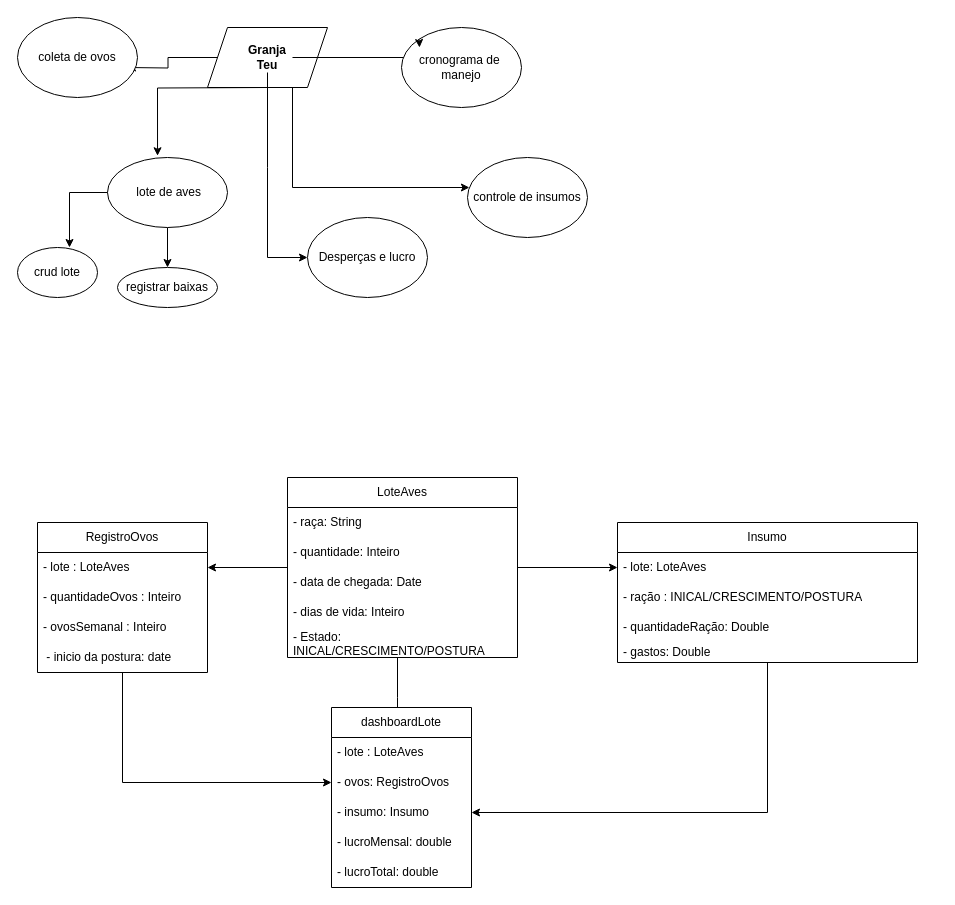
This is teugranja.drawio from SpiderTheus/granjateu, a draw.io file, before an edit. Source tidied: cells renumbered, new cells numbered last; positions are measured from the earlier drawing's top-left corner, leaving out a move shared by most shapes. Both pictures are drawn from the tidied source at 100%, with x=0, y=0 at pixel (17, 17).
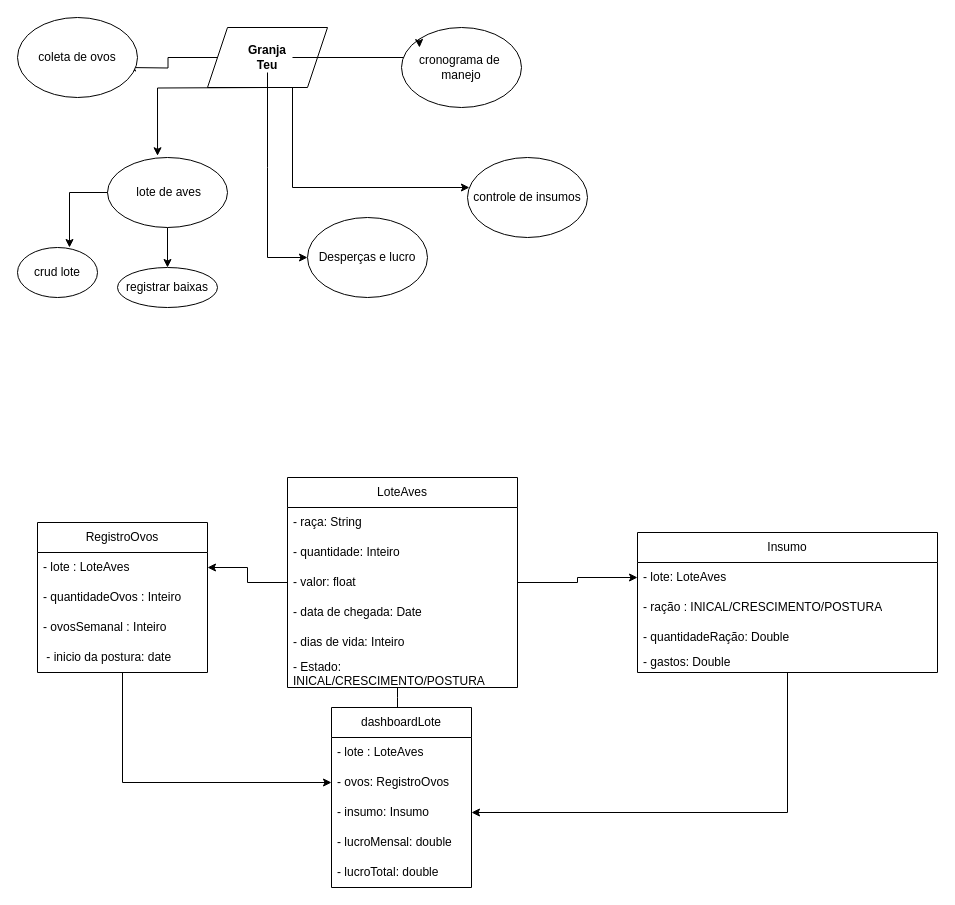
After the change.

What changed in the source:
```diff
@@
     <mxCell id="21" value="LoteAves" style="swimlane;fontStyle=0;horizontal=1;startSize=30;whiteSpace=wrap;html=1;" parent="1" vertex="1">
-      <mxGeometry x="270" y="460" width="230" height="180" as="geometry" />
+      <mxGeometry x="270" y="460" width="230" height="210" as="geometry" />
     </mxCell>
@@
+    <mxCell id="46" value="- valor: float" style="text;strokeColor=none;fillColor=none;align=left;verticalAlign=middle;spacingLeft=4;spacingRight=4;overflow=hidden;whiteSpace=wrap;html=1;" parent="21" vertex="1">
+      <mxGeometry y="90" width="230" height="30" as="geometry" />
+    </mxCell>
     <mxCell id="24" value="- data de chegada: Date" style="text;strokeColor=none;fillColor=none;align=left;verticalAlign=middle;spacingLeft=4;spacingRight=4;overflow=hidden;whiteSpace=wrap;html=1;" parent="21" vertex="1">
-      <mxGeometry y="90" width="230" height="30" as="geometry" />
+      <mxGeometry y="120" width="230" height="30" as="geometry" />
     </mxCell>
     <mxCell id="25" value="- dias de vida: Inteiro" style="text;strokeColor=none;fillColor=none;align=left;verticalAlign=middle;spacingLeft=4;spacingRight=4;overflow=hidden;whiteSpace=wrap;html=1;" parent="21" vertex="1">
-      <mxGeometry y="120" width="230" height="30" as="geometry" />
+      <mxGeometry y="150" width="230" height="30" as="geometry" />
     </mxCell>
     <mxCell id="26" value="- Estado: INICAL/CRESCIMENTO/POSTURA&amp;nbsp;" style="text;strokeColor=none;fillColor=none;align=left;verticalAlign=middle;spacingLeft=4;spacingRight=4;overflow=hidden;whiteSpace=wrap;html=1;" parent="21" vertex="1">
-      <mxGeometry y="150" width="230" height="30" as="geometry" />
+      <mxGeometry y="180" width="230" height="30" as="geometry" />
     </mxCell>
@@
     <mxCell id="34" value="Insumo" style="swimlane;fontStyle=0;horizontal=1;startSize=30;whiteSpace=wrap;html=1;" parent="1" vertex="1">
-      <mxGeometry x="600" y="505" width="300" height="140" as="geometry" />
+      <mxGeometry x="620" y="515" width="300" height="140" as="geometry" />
     </mxCell>
```
